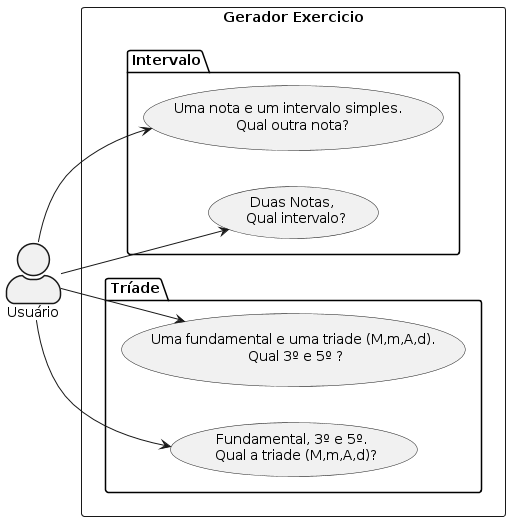
This is c++/projects/notas/documetation/usecase.png from marcuswlima/learning, a PlantUML export, as it was before one commit.
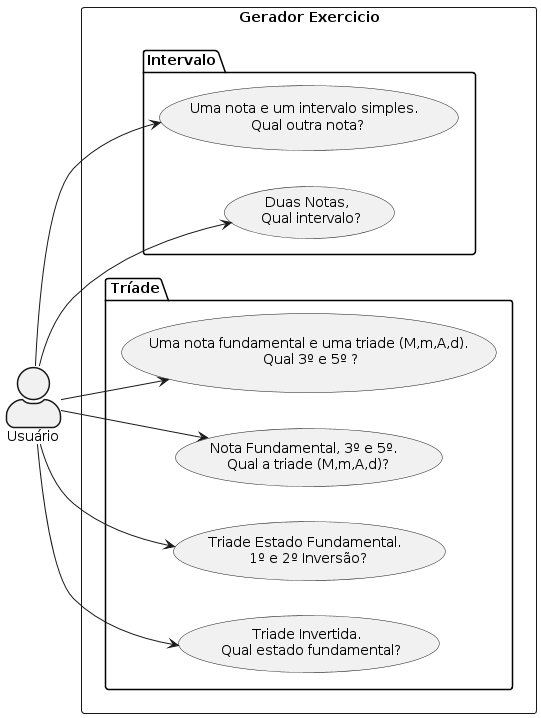
Above is the later version.

Change to the diagram source:
```diff
@@ -7,12 +7,16 @@
       "Duas Notas, \n Qual intervalo?" as (Use02)
     }
     Package "Tríade"{
-     "Uma fundamental e uma triade (M,m,A,d).\n Qual 3º e 5º ?" as (Use03)
-     "Fundamental, 3º e 5º. \n Qual a triade (M,m,A,d)?" as (Use04)
+     "Uma nota fundamental e uma triade (M,m,A,d).\n Qual 3º e 5º ?" as (Use03)
+     "Nota Fundamental, 3º e 5º. \n Qual a triade (M,m,A,d)?" as (Use04)
+     "Triade Estado Fundamental. \n 1º e 2º Inversão?" as (Use05)
+     "Triade Invertida. \n Qual estado fundamental?" as (Use06)
     }
 }
 :Usuário: --> (Use01)
 :Usuário: --> (Use02)
 :Usuário: --> (Use03)
 :Usuário: --> (Use04)
+:Usuário: --> (Use05)
+:Usuário: --> (Use06)
 @enduml
```
